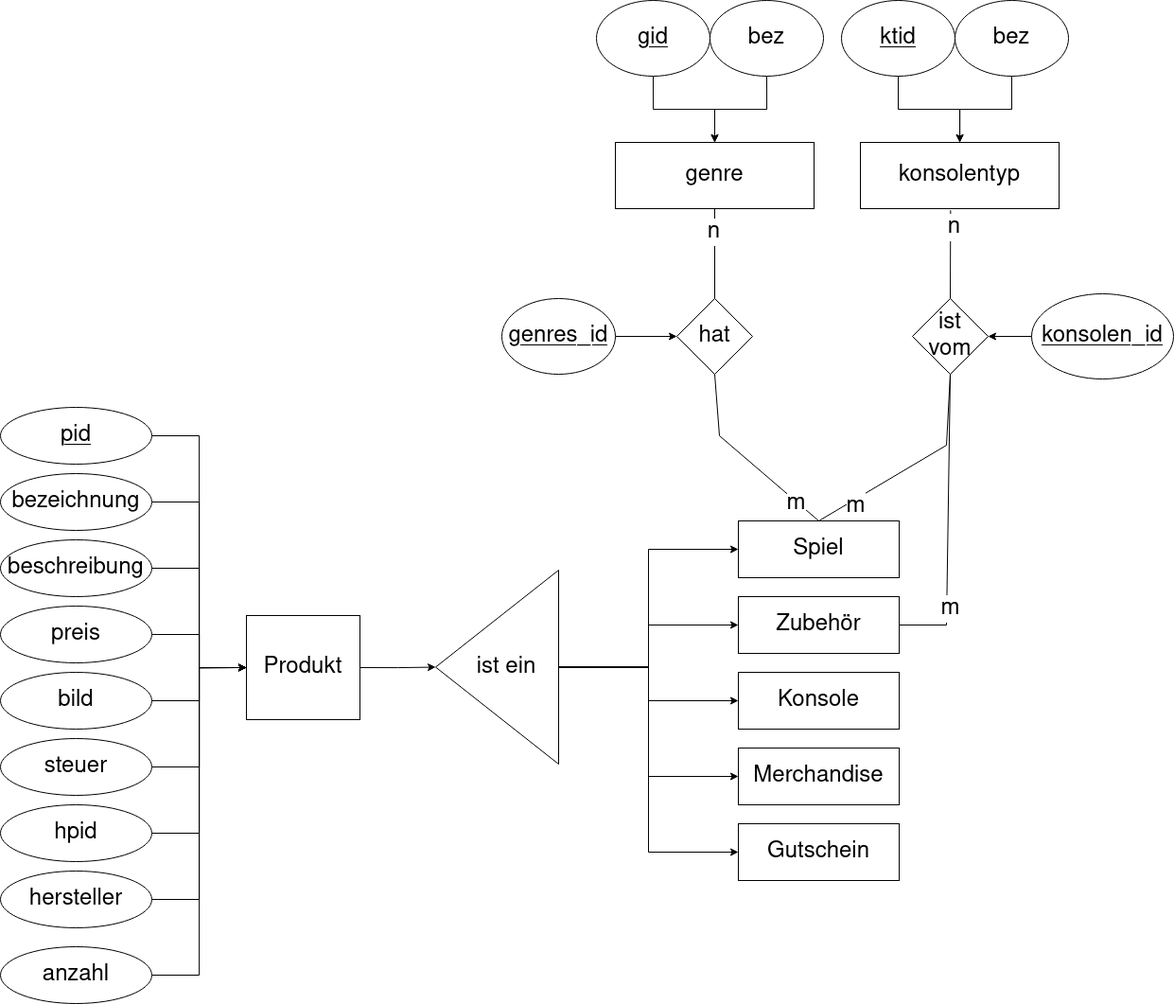
VANCOLD/webshop keeps this draw.io diagram as Dokumentation/ERM_Gamerverse.png. Above is the earlier version. Source tidied: cells renumbered, new cells last; positions are measured from the earlier drawing's top-left corner, leaving out a move shared by most shapes.
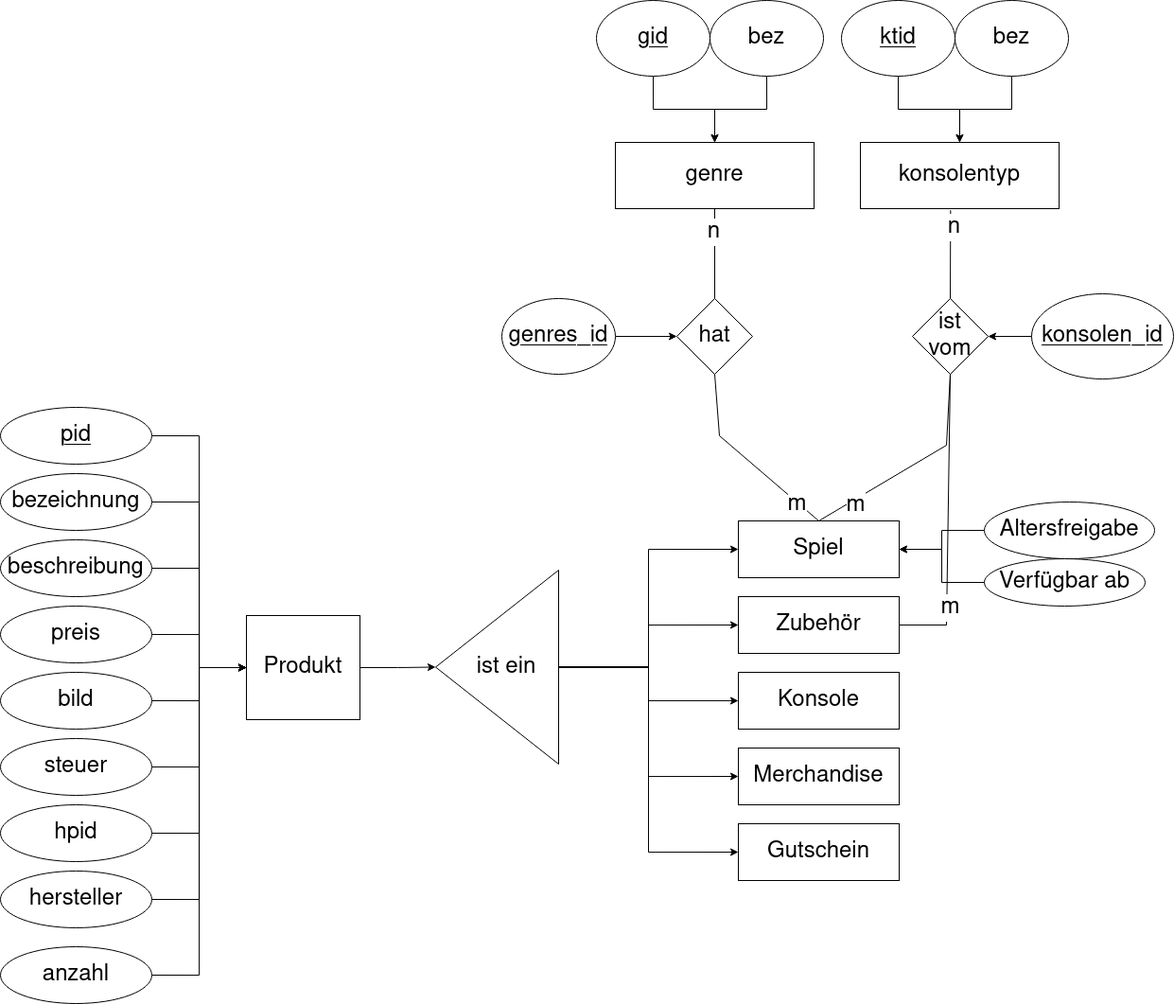
After the change.

Change to the diagram source:
```diff
@@ -193,5 +193,17 @@
     <mxCell id="60" value="&lt;div&gt;anzahl&lt;/div&gt;" style="ellipse;whiteSpace=wrap;html=1;fontSize=24;" parent="1" vertex="1">
       <mxGeometry y="1000" width="160" height="60" as="geometry" />
     </mxCell>
+    <mxCell id="61" style="edgeStyle=orthogonalEdgeStyle;rounded=0;jettySize=auto;html=1;exitX=0;exitY=0.5;exitDx=0;exitDy=0;entryX=1;entryY=0.5;entryDx=0;entryDy=0;fontSize=24;" parent="1" edge="1" source="62" target="19">
+      <mxGeometry relative="1" as="geometry" />
+    </mxCell>
+    <mxCell id="62" value="Altersfreigabe" style="ellipse;whiteSpace=wrap;html=1;fontSize=24;" parent="1" vertex="1">
+      <mxGeometry x="1040" y="530" width="180" height="60" as="geometry" />
+    </mxCell>
+    <mxCell id="63" style="edgeStyle=orthogonalEdgeStyle;rounded=0;jettySize=auto;html=1;exitX=0;exitY=0.5;exitDx=0;exitDy=0;entryX=1;entryY=0.5;entryDx=0;entryDy=0;fontSize=24;" parent="1" edge="1" source="64" target="19">
+      <mxGeometry relative="1" as="geometry" />
+    </mxCell>
+    <mxCell id="64" value="Verfügbar ab" style="ellipse;whiteSpace=wrap;html=1;fontSize=24;" parent="1" vertex="1">
+      <mxGeometry x="1040" y="590" width="170" height="50" as="geometry" />
+    </mxCell>
   </root>
 </mxGraphModel>
```
